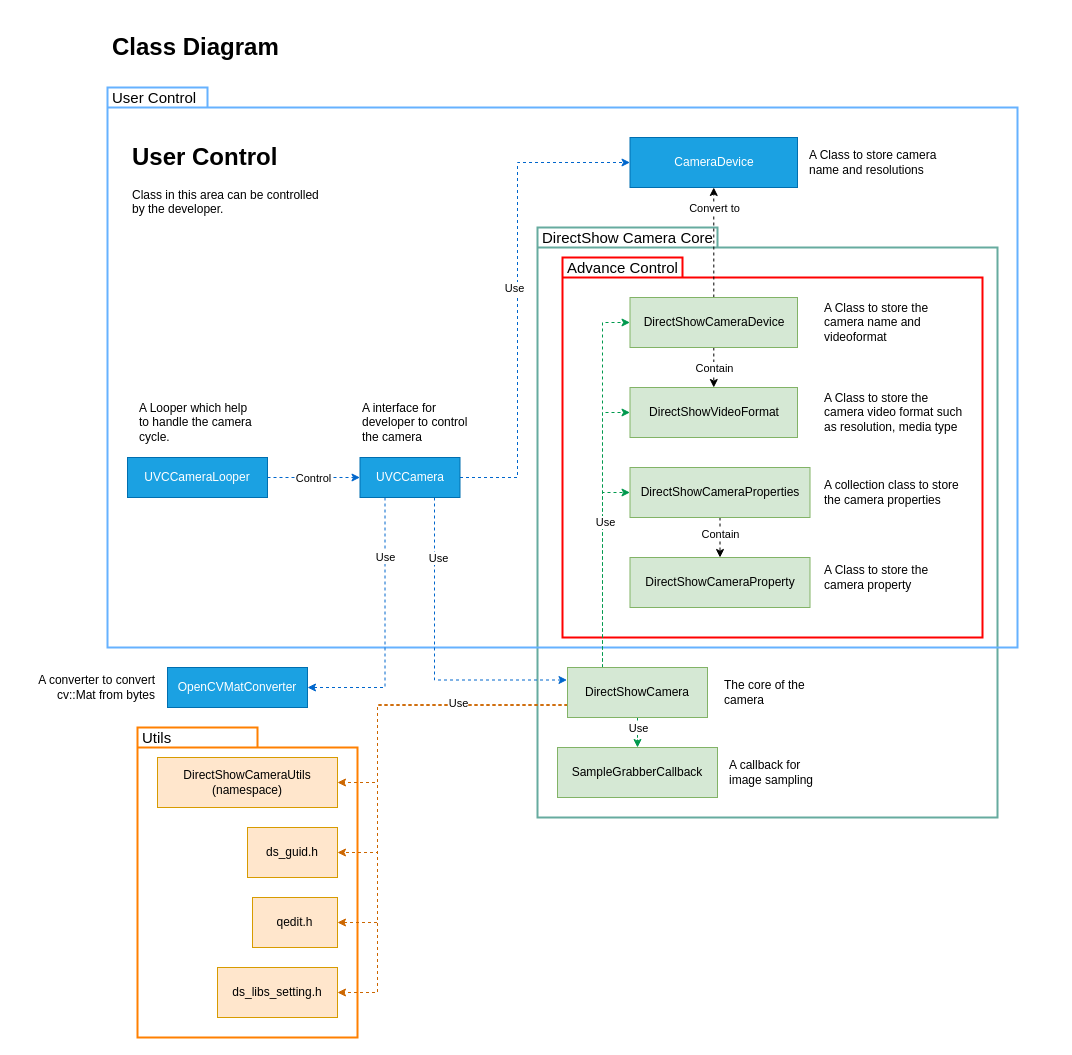
Earlier version of the draw.io diagram page "Class Diagram" (2 of 3) of docs/software_diagrams.drawio (kcwongjoe/directshow_camera). Source tidied: cells renumbered, new cells numbered last; positions are measured from the earlier drawing's top-left corner, leaving out a move shared by most shapes. Both pictures are drawn from the tidied source at 100%, with x=0, y=0 at pixel (17, 27).
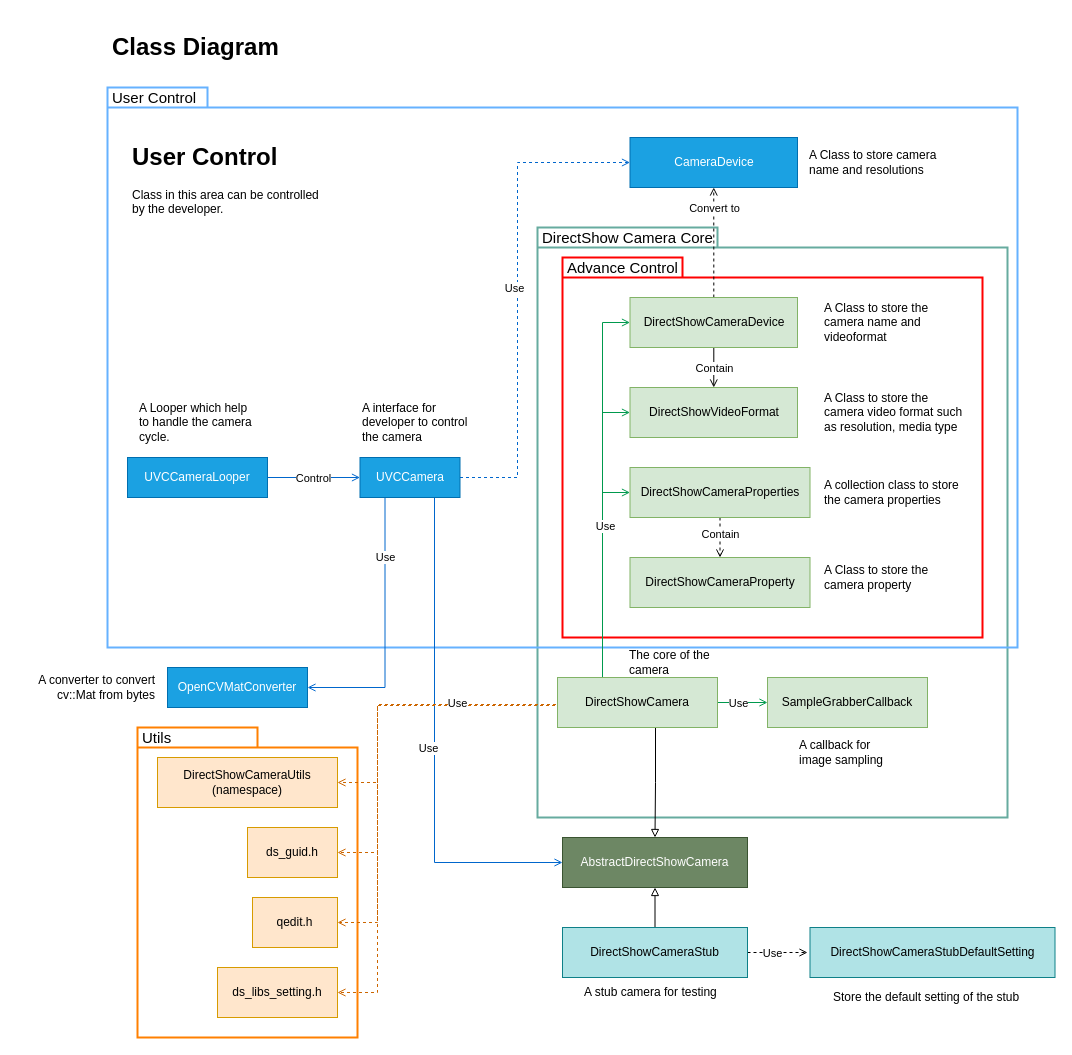
The same diagram, later.

The change refers to these unchanged cells:
```xml
<mxCell id="12" value="UVCCamera" style="rounded=0;whiteSpace=wrap;html=1;fillColor=#1ba1e2;strokeColor=#006EAF;fontColor=#ffffff;" parent="1" vertex="1">
  <mxGeometry x="342.5" y="430" width="100" height="40" as="geometry" />
</mxCell>
<mxCell id="25" value="CameraDevice" style="rounded=0;whiteSpace=wrap;html=1;fillColor=#1ba1e2;strokeColor=#006EAF;fontColor=#ffffff;" parent="1" vertex="1">
  <mxGeometry x="612.5" y="110" width="167.5" height="50" as="geometry" />
</mxCell>
<mxCell id="26" value="OpenCVMatConverter" style="rounded=0;whiteSpace=wrap;html=1;fillColor=#1ba1e2;strokeColor=#006EAF;fontColor=#ffffff;" parent="1" vertex="1">
  <mxGeometry x="150" y="640" width="140" height="40" as="geometry" />
</mxCell>
<mxCell id="31" value="DirectShowCameraDevice" style="rounded=0;whiteSpace=wrap;html=1;fillColor=#d5e8d4;strokeColor=#82b366;" parent="1" vertex="1">
  <mxGeometry x="612.5" y="270" width="167.5" height="50" as="geometry" />
</mxCell>
<mxCell id="34" value="DirectShowCameraProperties" style="rounded=0;whiteSpace=wrap;html=1;fillColor=#d5e8d4;strokeColor=#82b366;" parent="1" vertex="1">
  <mxGeometry x="612.5" y="440" width="180" height="50" as="geometry" />
</mxCell>
<mxCell id="35" value="DirectShowCameraProperty" style="rounded=0;whiteSpace=wrap;html=1;fillColor=#d5e8d4;strokeColor=#82b366;" parent="1" vertex="1">
  <mxGeometry x="612.5" y="530" width="180" height="50" as="geometry" />
</mxCell>
<mxCell id="36" value="DirectShowCameraUtils (namespace)" style="rounded=0;whiteSpace=wrap;html=1;fillColor=#ffe6cc;strokeColor=#d79b00;" parent="1" vertex="1">
  <mxGeometry x="140" y="730" width="180" height="50" as="geometry" />
</mxCell>
<mxCell id="38" value="DirectShowVideoFormat" style="rounded=0;whiteSpace=wrap;html=1;fillColor=#d5e8d4;strokeColor=#82b366;" parent="1" vertex="1">
  <mxGeometry x="612.5" y="360" width="167.5" height="50" as="geometry" />
</mxCell>
<mxCell id="41" value="UVCCameraLooper" style="rounded=0;whiteSpace=wrap;html=1;fillColor=#1ba1e2;strokeColor=#006EAF;fontColor=#ffffff;" parent="1" vertex="1">
  <mxGeometry x="110" y="430" width="140" height="40" as="geometry" />
</mxCell>
<mxCell id="42" value="ds_guid.h" style="rounded=0;whiteSpace=wrap;html=1;fillColor=#ffe6cc;strokeColor=#d79b00;" parent="1" vertex="1">
  <mxGeometry x="230" y="800" width="90" height="50" as="geometry" />
</mxCell>
<mxCell id="43" value="ds_libs_setting.h" style="rounded=0;whiteSpace=wrap;html=1;fillColor=#ffe6cc;strokeColor=#d79b00;" parent="1" vertex="1">
  <mxGeometry x="200" y="940" width="120" height="50" as="geometry" />
</mxCell>
<mxCell id="44" value="qedit.h" style="rounded=0;whiteSpace=wrap;html=1;fillColor=#ffe6cc;strokeColor=#d79b00;" parent="1" vertex="1">
  <mxGeometry x="235" y="870" width="85" height="50" as="geometry" />
</mxCell>
```

Change to the diagram source:
```diff
@@
     <mxCell id="3" value="DirectShow Camera Core" style="shape=folder;fontStyle=0;spacingTop=-5;tabWidth=180;tabHeight=20;tabPosition=left;html=1;labelBackgroundColor=none;fontSize=15;align=left;verticalAlign=top;spacingLeft=3;fillColor=none;strokeWidth=2;strokeColor=#67AB9F;" parent="1" vertex="1">
-      <mxGeometry x="520" y="200" width="460" height="590" as="geometry" />
+      <mxGeometry x="520" y="200" width="470" height="590" as="geometry" />
     </mxCell>
@@
-    <mxCell id="6" style="edgeStyle=orthogonalEdgeStyle;rounded=0;jettySize=auto;html=1;entryX=1;entryY=0.5;entryDx=0;entryDy=0;dashed=1;exitX=0.25;exitY=1;exitDx=0;exitDy=0;strokeColor=#0066CC;" parent="1" edge="1" source="12" target="26">
+    <mxCell id="6" style="edgeStyle=orthogonalEdgeStyle;rounded=0;jettySize=auto;html=1;entryX=1;entryY=0.5;entryDx=0;entryDy=0;exitX=0.25;exitY=1;exitDx=0;exitDy=0;strokeColor=#0066CC;endArrow=open;endFill=0;" parent="1" edge="1" source="12" target="26">
       <mxGeometry relative="1" as="geometry" />
     </mxCell>
@@
-    <mxCell id="8" style="edgeStyle=orthogonalEdgeStyle;rounded=0;jettySize=auto;html=1;entryX=0;entryY=0.5;entryDx=0;entryDy=0;dashed=1;startArrow=none;startFill=0;strokeColor=#0066CC;" parent="1" edge="1" source="12" target="25">
+    <mxCell id="8" style="edgeStyle=orthogonalEdgeStyle;rounded=0;jettySize=auto;html=1;entryX=0;entryY=0.5;entryDx=0;entryDy=0;dashed=1;startArrow=none;startFill=0;strokeColor=#0066CC;endArrow=open;endFill=0;" parent="1" edge="1" source="12" target="25">
       <mxGeometry relative="1" as="geometry">
         <Array as="points">
           <mxPoint x="500" y="450" />
           <mxPoint x="500" y="135" />
         </Array>
       </mxGeometry>
     </mxCell>
@@
-    <mxCell id="10" style="edgeStyle=orthogonalEdgeStyle;rounded=0;orthogonalLoop=1;jettySize=auto;html=1;exitX=0.75;exitY=1;exitDx=0;exitDy=0;entryX=0;entryY=0.25;entryDx=0;entryDy=0;endArrow=classic;endFill=1;dashed=1;strokeColor=#0066CC;" parent="1" edge="1">
+    <mxCell id="10" style="edgeStyle=orthogonalEdgeStyle;rounded=0;jettySize=auto;html=1;exitX=0.75;exitY=1;exitDx=0;exitDy=0;entryX=0;entryY=0.5;entryDx=0;entryDy=0;endArrow=open;endFill=0;strokeColor=#0066CC;" parent="1" edge="1" target="58">
       <mxGeometry relative="1" as="geometry">
         <mxPoint x="417" y="470" as="sourcePoint" />
-        <mxPoint x="549.5" y="652.5" as="targetPoint" />
         <Array as="points">
-          <mxPoint x="416.5" y="653" />
+          <mxPoint x="417" y="835" />
         </Array>
       </mxGeometry>
     </mxCell>
     <mxCell id="11" value="Use" style="edgeLabel;html=1;align=center;verticalAlign=middle;" parent="10" vertex="1">
       <mxGeometry x="0.75" y="78" relative="1" as="geometry">
-        <mxPoint x="-89.8" y="-44.5" as="offset" />
+        <mxPoint x="-73" y="-37" as="offset" />
       </mxGeometry>
     </mxCell>
@@
-    <mxCell id="13" style="edgeStyle=orthogonalEdgeStyle;rounded=0;jettySize=auto;html=1;dashed=1;startArrow=none;startFill=0;entryX=0.5;entryY=0;entryDx=0;entryDy=0;strokeColor=#00994D;" parent="1" edge="1" source="24" target="37">
+    <mxCell id="13" style="edgeStyle=orthogonalEdgeStyle;rounded=0;jettySize=auto;html=1;startArrow=none;startFill=0;entryX=0;entryY=0.5;entryDx=0;entryDy=0;strokeColor=#00994D;endArrow=open;endFill=0;" parent="1" edge="1" source="24" target="37">
       <mxGeometry relative="1" as="geometry" />
     </mxCell>
     <mxCell id="14" value="Use" style="edgeLabel;html=1;align=center;verticalAlign=middle;" parent="13" vertex="1">
       <mxGeometry x="0.3" y="2" relative="1" as="geometry">
-        <mxPoint x="-1.9" y="-2.9" as="offset" />
+        <mxPoint x="-13" y="2" as="offset" />
       </mxGeometry>
     </mxCell>
-    <mxCell id="15" style="edgeStyle=orthogonalEdgeStyle;rounded=0;jettySize=auto;html=1;entryX=0;entryY=0.5;entryDx=0;entryDy=0;dashed=1;startArrow=none;startFill=0;exitX=0.25;exitY=0;exitDx=0;exitDy=0;strokeColor=#00994D;" parent="1" edge="1" source="24" target="31">
+    <mxCell id="15" style="edgeStyle=orthogonalEdgeStyle;rounded=0;jettySize=auto;html=1;entryX=0;entryY=0.5;entryDx=0;entryDy=0;startArrow=none;startFill=0;exitX=0.25;exitY=0;exitDx=0;exitDy=0;strokeColor=#00994D;endArrow=open;endFill=0;" parent="1" edge="1" source="24" target="31">
       <mxGeometry relative="1" as="geometry">
         <Array as="points">
           <mxPoint x="585" y="295" />
         </Array>
       </mxGeometry>
     </mxCell>
-    <mxCell id="16" style="edgeStyle=orthogonalEdgeStyle;rounded=0;jettySize=auto;html=1;entryX=0;entryY=0.5;entryDx=0;entryDy=0;dashed=1;startArrow=none;startFill=0;exitX=0.25;exitY=0;exitDx=0;exitDy=0;strokeColor=#00994D;" parent="1" edge="1" source="24" target="38">
+    <mxCell id="16" style="edgeStyle=orthogonalEdgeStyle;rounded=0;jettySize=auto;html=1;entryX=0;entryY=0.5;entryDx=0;entryDy=0;startArrow=none;startFill=0;exitX=0.25;exitY=0;exitDx=0;exitDy=0;strokeColor=#00994D;endArrow=open;endFill=0;" parent="1" edge="1" source="24" target="38">
       <mxGeometry relative="1" as="geometry">
         <Array as="points">
           <mxPoint x="585" y="385" />
         </Array>
       </mxGeometry>
     </mxCell>
-    <mxCell id="17" style="edgeStyle=orthogonalEdgeStyle;rounded=0;jettySize=auto;html=1;entryX=0;entryY=0.5;entryDx=0;entryDy=0;dashed=1;startArrow=none;startFill=0;exitX=0.25;exitY=0;exitDx=0;exitDy=0;strokeColor=#00994D;" parent="1" edge="1" source="24" target="34">
+    <mxCell id="17" style="edgeStyle=orthogonalEdgeStyle;rounded=0;jettySize=auto;html=1;entryX=0;entryY=0.5;entryDx=0;entryDy=0;startArrow=none;startFill=0;exitX=0.25;exitY=0;exitDx=0;exitDy=0;strokeColor=#00994D;endArrow=open;endFill=0;" parent="1" edge="1" source="24" target="34">
       <mxGeometry relative="1" as="geometry">
         <Array as="points">
           <mxPoint x="585" y="465" />
         </Array>
       </mxGeometry>
     </mxCell>
@@
-    <mxCell id="19" style="edgeStyle=orthogonalEdgeStyle;rounded=0;jettySize=auto;html=1;exitX=0;exitY=0.75;exitDx=0;exitDy=0;dashed=1;startArrow=none;startFill=0;endArrow=classic;endFill=1;entryX=1;entryY=0.5;entryDx=0;entryDy=0;strokeColor=#CC6600;" parent="1" edge="1" source="24" target="36">
+    <mxCell id="19" style="edgeStyle=orthogonalEdgeStyle;rounded=0;jettySize=auto;html=1;exitX=0;exitY=0.75;exitDx=0;exitDy=0;dashed=1;startArrow=none;startFill=0;endArrow=open;endFill=0;entryX=1;entryY=0.5;entryDx=0;entryDy=0;strokeColor=#CC6600;" parent="1" edge="1" source="24" target="36">
       <mxGeometry relative="1" as="geometry">
         <Array as="points">
           <mxPoint x="360" y="677" />
           <mxPoint x="360" y="755" />
         </Array>
       </mxGeometry>
     </mxCell>
-    <mxCell id="20" style="edgeStyle=orthogonalEdgeStyle;rounded=0;jettySize=auto;html=1;entryX=1;entryY=0.5;entryDx=0;entryDy=0;dashed=1;startArrow=none;startFill=0;endArrow=classic;endFill=1;exitX=0;exitY=0.75;exitDx=0;exitDy=0;strokeColor=#CC6600;" parent="1" edge="1" source="24" target="42">
+    <mxCell id="20" style="edgeStyle=orthogonalEdgeStyle;rounded=0;jettySize=auto;html=1;entryX=1;entryY=0.5;entryDx=0;entryDy=0;dashed=1;startArrow=none;startFill=0;endArrow=open;endFill=0;exitX=0;exitY=0.75;exitDx=0;exitDy=0;strokeColor=#CC6600;" parent="1" edge="1" source="24" target="42">
       <mxGeometry relative="1" as="geometry">
         <Array as="points">
           <mxPoint x="360" y="677" />
           <mxPoint x="360" y="825" />
         </Array>
       </mxGeometry>
     </mxCell>
-    <mxCell id="21" style="edgeStyle=orthogonalEdgeStyle;rounded=0;jettySize=auto;html=1;exitX=0;exitY=0.75;exitDx=0;exitDy=0;entryX=1;entryY=0.5;entryDx=0;entryDy=0;dashed=1;startArrow=none;startFill=0;endArrow=classic;endFill=1;strokeColor=#CC6600;" parent="1" edge="1" source="24" target="44">
+    <mxCell id="21" style="edgeStyle=orthogonalEdgeStyle;rounded=0;jettySize=auto;html=1;exitX=0;exitY=0.75;exitDx=0;exitDy=0;entryX=1;entryY=0.5;entryDx=0;entryDy=0;dashed=1;startArrow=none;startFill=0;endArrow=open;endFill=0;strokeColor=#CC6600;" parent="1" edge="1" source="24" target="44">
       <mxGeometry relative="1" as="geometry">
         <Array as="points">
           <mxPoint x="360" y="677" />
           <mxPoint x="360" y="895" />
         </Array>
       </mxGeometry>
     </mxCell>
-    <mxCell id="22" style="edgeStyle=orthogonalEdgeStyle;rounded=0;jettySize=auto;html=1;exitX=0;exitY=0.75;exitDx=0;exitDy=0;entryX=1;entryY=0.5;entryDx=0;entryDy=0;dashed=1;startArrow=none;startFill=0;endArrow=classic;endFill=1;strokeColor=#CC6600;" parent="1" edge="1" source="24" target="43">
+    <mxCell id="22" style="edgeStyle=orthogonalEdgeStyle;rounded=0;jettySize=auto;html=1;exitX=0;exitY=0.75;exitDx=0;exitDy=0;entryX=1;entryY=0.5;entryDx=0;entryDy=0;dashed=1;startArrow=none;startFill=0;endArrow=open;endFill=0;strokeColor=#CC6600;" parent="1" edge="1" source="24" target="43">
       <mxGeometry relative="1" as="geometry">
         <Array as="points">
-          <mxPoint x="360" y="677" />
+          <mxPoint x="360" y="678" />
           <mxPoint x="360" y="965" />
         </Array>
       </mxGeometry>
     </mxCell>
@@
+    <mxCell id="57" style="edgeStyle=orthogonalEdgeStyle;rounded=0;jettySize=auto;html=1;exitX=0.5;exitY=1;exitDx=0;exitDy=0;entryX=0.5;entryY=0;entryDx=0;entryDy=0;endArrow=block;endFill=0;" parent="1" edge="1" source="24" target="58">
+      <mxGeometry relative="1" as="geometry">
+        <Array as="points">
+          <mxPoint x="638" y="700" />
+          <mxPoint x="638" y="755" />
+        </Array>
+      </mxGeometry>
+    </mxCell>
     <mxCell id="24" value="DirectShowCamera" style="rounded=0;whiteSpace=wrap;html=1;fillColor=#d5e8d4;strokeColor=#82b366;" parent="1" vertex="1">
-      <mxGeometry x="550" y="640" width="140" height="50" as="geometry" />
+      <mxGeometry x="540" y="650" width="160" height="50" as="geometry" />
     </mxCell>
@@
-    <mxCell id="27" style="edgeStyle=orthogonalEdgeStyle;rounded=0;jettySize=auto;html=1;entryX=0.5;entryY=1;entryDx=0;entryDy=0;startArrow=none;startFill=0;dashed=1;" parent="1" edge="1" source="31" target="25">
+    <mxCell id="27" style="edgeStyle=orthogonalEdgeStyle;rounded=0;jettySize=auto;html=1;entryX=0.5;entryY=1;entryDx=0;entryDy=0;startArrow=none;startFill=0;dashed=1;endArrow=open;endFill=0;" parent="1" edge="1" source="31" target="25">
       <mxGeometry relative="1" as="geometry" />
     </mxCell>
@@
-    <mxCell id="29" style="edgeStyle=orthogonalEdgeStyle;rounded=0;jettySize=auto;html=1;entryX=0.5;entryY=0;entryDx=0;entryDy=0;dashed=1;startArrow=none;startFill=0;" parent="1" edge="1" source="31" target="38">
+    <mxCell id="29" style="edgeStyle=orthogonalEdgeStyle;rounded=0;jettySize=auto;html=1;entryX=0.5;entryY=0;entryDx=0;entryDy=0;startArrow=none;startFill=0;endArrow=open;endFill=0;" parent="1" edge="1" source="31" target="38">
       <mxGeometry relative="1" as="geometry" />
     </mxCell>
@@
-    <mxCell id="32" style="edgeStyle=orthogonalEdgeStyle;rounded=0;jettySize=auto;html=1;dashed=1;" parent="1" edge="1" source="34" target="35">
+    <mxCell id="32" style="edgeStyle=orthogonalEdgeStyle;rounded=0;jettySize=auto;html=1;dashed=1;endArrow=open;endFill=0;" parent="1" edge="1" source="34" target="35">
       <mxGeometry relative="1" as="geometry" />
     </mxCell>
@@
     <mxCell id="37" value="SampleGrabberCallback" style="rounded=0;whiteSpace=wrap;html=1;fillColor=#d5e8d4;strokeColor=#82b366;" parent="1" vertex="1">
-      <mxGeometry x="540" y="720" width="160" height="50" as="geometry" />
+      <mxGeometry x="750" y="650" width="160" height="50" as="geometry" />
     </mxCell>
@@
-    <mxCell id="39" style="edgeStyle=orthogonalEdgeStyle;rounded=0;jettySize=auto;html=1;entryX=0;entryY=0.5;entryDx=0;entryDy=0;dashed=1;strokeColor=#0066CC;" parent="1" edge="1" source="41" target="12">
+    <mxCell id="39" style="edgeStyle=orthogonalEdgeStyle;rounded=0;jettySize=auto;html=1;entryX=0;entryY=0.5;entryDx=0;entryDy=0;strokeColor=#0066CC;endArrow=open;endFill=0;" parent="1" edge="1" source="41" target="12">
       <mxGeometry relative="1" as="geometry" />
     </mxCell>
@@
     <mxCell id="47" value="A callback for image sampling" style="text;html=1;strokeColor=none;fillColor=none;align=left;verticalAlign=middle;whiteSpace=wrap;rounded=0;" parent="1" vertex="1">
-      <mxGeometry x="710" y="710" width="100" height="70" as="geometry" />
+      <mxGeometry x="780" y="690" width="100" height="70" as="geometry" />
     </mxCell>
     <mxCell id="48" value="The core of the camera" style="text;html=1;strokeColor=none;fillColor=none;align=left;verticalAlign=middle;whiteSpace=wrap;rounded=0;" parent="1" vertex="1">
-      <mxGeometry x="705" y="630" width="100" height="70" as="geometry" />
+      <mxGeometry x="610" y="600" width="100" height="70" as="geometry" />
     </mxCell>
@@
+    <mxCell id="58" value="AbstractDirectShowCamera" style="rounded=0;whiteSpace=wrap;html=1;fillColor=#6d8764;strokeColor=#3A5431;fontColor=#ffffff;" parent="1" vertex="1">
+      <mxGeometry x="545" y="810" width="185" height="50" as="geometry" />
+    </mxCell>
+    <mxCell id="59" style="edgeStyle=orthogonalEdgeStyle;rounded=0;jettySize=auto;html=1;entryX=0.5;entryY=1;entryDx=0;entryDy=0;endArrow=block;endFill=0;" parent="1" edge="1" source="62" target="58">
+      <mxGeometry relative="1" as="geometry" />
+    </mxCell>
+    <mxCell id="60" style="edgeStyle=orthogonalEdgeStyle;rounded=0;jettySize=auto;html=1;endArrow=open;endFill=0;strokeColor=#000000;dashed=1;" parent="1" edge="1" source="62">
+      <mxGeometry relative="1" as="geometry">
+        <mxPoint x="790" y="925" as="targetPoint" />
+      </mxGeometry>
+    </mxCell>
+    <mxCell id="61" value="Use" style="edgeLabel;html=1;align=center;verticalAlign=middle;" parent="60" vertex="1">
+      <mxGeometry x="-0.2" relative="1" as="geometry" />
+    </mxCell>
+    <mxCell id="62" value="DirectShowCameraStub" style="rounded=0;whiteSpace=wrap;html=1;fillColor=#b0e3e6;strokeColor=#0e8088;" parent="1" vertex="1">
+      <mxGeometry x="545" y="900" width="185" height="50" as="geometry" />
+    </mxCell>
+    <mxCell id="63" value="DirectShowCameraStubDefaultSetting" style="rounded=0;whiteSpace=wrap;html=1;fillColor=#b0e3e6;strokeColor=#0e8088;" parent="1" vertex="1">
+      <mxGeometry x="792.5" y="900" width="245" height="50" as="geometry" />
+    </mxCell>
+    <mxCell id="64" value="Store the default setting of the stub" style="text;html=1;strokeColor=none;fillColor=none;align=left;verticalAlign=middle;whiteSpace=wrap;rounded=0;" parent="1" vertex="1">
+      <mxGeometry x="813.8" y="950" width="202.5" height="40" as="geometry" />
+    </mxCell>
+    <mxCell id="65" value="A stub camera for testing" style="text;html=1;strokeColor=none;fillColor=none;align=left;verticalAlign=middle;whiteSpace=wrap;rounded=0;" parent="1" vertex="1">
+      <mxGeometry x="565" y="945" width="145" height="40" as="geometry" />
+    </mxCell>
```
